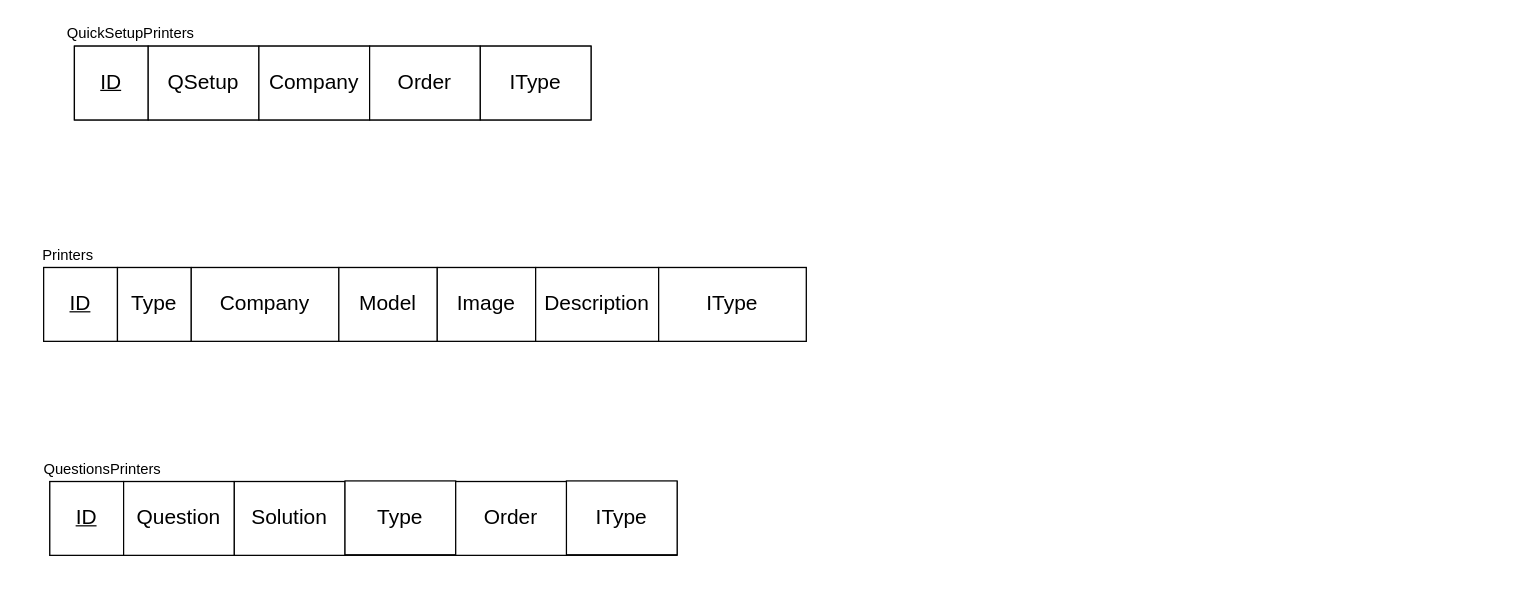
Earlier version of the draw.io diagram SchemaDiagram.drawio (SarahAminn/FixBoxExpertSystem). Source tidied: cells renumbered, new cells numbered last; positions are measured from the earlier drawing's top-left corner, leaving out a move shared by most shapes. Both pictures are drawn from the tidied source at 123%, with x=0, y=0 at pixel (43, 21).
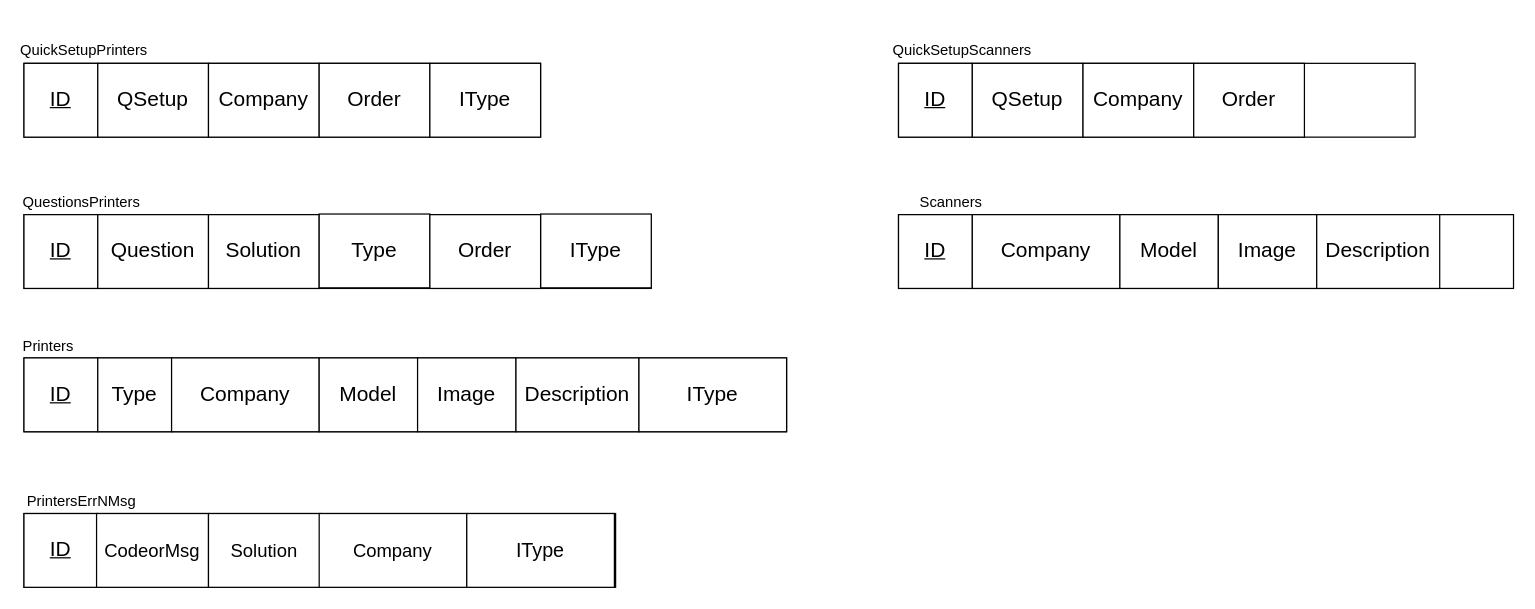
After the change.

Diff of the diagram source:
```diff
@@
     <mxCell id="2" style="rounded=0;whiteSpace=wrap;html=1;" parent="1" vertex="1">
-      <mxGeometry x="25" y="20" width="420" height="60" as="geometry" />
+      <mxGeometry x="-16" y="34" width="420" height="60" as="geometry" />
     </mxCell>
     <mxCell id="3" value="QuickSetupPrinters" style="text;html=1;strokeColor=none;fillColor=none;align=center;verticalAlign=middle;whiteSpace=wrap;rounded=0;" parent="1" vertex="1">
-      <mxGeometry x="51" width="40" height="20" as="geometry" />
+      <mxGeometry x="13" y="14" width="40" height="20" as="geometry" />
     </mxCell>
     <mxCell id="4" value="&lt;u&gt;&lt;font style=&quot;font-size: 17px&quot;&gt;ID&lt;/font&gt;&lt;/u&gt;" style="rounded=0;whiteSpace=wrap;html=1;" parent="1" vertex="1">
-      <mxGeometry x="25" y="20" width="60" height="60" as="geometry" />
+      <mxGeometry x="-16" y="34" width="60" height="60" as="geometry" />
     </mxCell>
     <mxCell id="5" value="&lt;span&gt;&lt;font style=&quot;font-size: 17px&quot;&gt;QSetup&lt;/font&gt;&lt;/span&gt;" style="rounded=0;whiteSpace=wrap;html=1;fontStyle=0;" parent="1" vertex="1">
-      <mxGeometry x="85" y="20" width="90" height="60" as="geometry" />
+      <mxGeometry x="44" y="34" width="90" height="60" as="geometry" />
     </mxCell>
     <mxCell id="6" value="&lt;span&gt;&lt;font style=&quot;font-size: 17px&quot;&gt;Company&lt;/font&gt;&lt;/span&gt;" style="rounded=0;whiteSpace=wrap;html=1;fontStyle=0;" parent="1" vertex="1">
-      <mxGeometry x="175" y="20" width="90" height="60" as="geometry" />
+      <mxGeometry x="134" y="34" width="90" height="60" as="geometry" />
     </mxCell>
     <mxCell id="7" value="&lt;span&gt;&lt;font style=&quot;font-size: 17px&quot;&gt;Order&lt;/font&gt;&lt;/span&gt;" style="rounded=0;whiteSpace=wrap;html=1;fontStyle=0;" parent="1" vertex="1">
-      <mxGeometry x="265" y="20" width="90" height="60" as="geometry" />
+      <mxGeometry x="224" y="34" width="90" height="60" as="geometry" />
     </mxCell>
     <mxCell id="8" value="&lt;span style=&quot;font-size: 17px&quot;&gt;IType&lt;/span&gt;" style="rounded=0;whiteSpace=wrap;html=1;fontStyle=0;" parent="1" vertex="1">
-      <mxGeometry x="355" y="20" width="90" height="60" as="geometry" />
+      <mxGeometry x="314" y="34" width="90" height="60" as="geometry" />
     </mxCell>
     <mxCell id="9" style="rounded=0;whiteSpace=wrap;html=1;" parent="1" vertex="1">
-      <mxGeometry y="200" width="620" height="60" as="geometry" />
+      <mxGeometry x="-16" y="273.5" width="620" height="60" as="geometry" />
     </mxCell>
     <mxCell id="10" value="Printers" style="text;html=1;strokeColor=none;fillColor=none;align=center;verticalAlign=middle;whiteSpace=wrap;rounded=0;" parent="1" vertex="1">
-      <mxGeometry y="180" width="40" height="20" as="geometry" />
+      <mxGeometry x="-16" y="253.5" width="40" height="20" as="geometry" />
     </mxCell>
     <mxCell id="11" value="&lt;u&gt;&lt;font style=&quot;font-size: 17px&quot;&gt;ID&lt;/font&gt;&lt;/u&gt;" style="rounded=0;whiteSpace=wrap;html=1;" parent="1" vertex="1">
-      <mxGeometry y="200" width="60" height="60" as="geometry" />
+      <mxGeometry x="-16" y="273.5" width="60" height="60" as="geometry" />
     </mxCell>
     <mxCell id="12" value="&lt;span&gt;&lt;font style=&quot;font-size: 17px&quot;&gt;Type&lt;/font&gt;&lt;/span&gt;" style="rounded=0;whiteSpace=wrap;html=1;fontStyle=0;" parent="1" vertex="1">
-      <mxGeometry x="60" y="200" width="60" height="60" as="geometry" />
+      <mxGeometry x="44" y="273.5" width="60" height="60" as="geometry" />
     </mxCell>
     <mxCell id="13" value="&lt;span&gt;&lt;font style=&quot;font-size: 17px&quot;&gt;Company&lt;/font&gt;&lt;/span&gt;" style="rounded=0;whiteSpace=wrap;html=1;fontStyle=0;" parent="1" vertex="1">
-      <mxGeometry x="120" y="200" width="120" height="60" as="geometry" />
+      <mxGeometry x="104" y="273.5" width="120" height="60" as="geometry" />
     </mxCell>
     <mxCell id="14" value="&lt;span&gt;&lt;font style=&quot;font-size: 17px&quot;&gt;Model&lt;/font&gt;&lt;/span&gt;" style="rounded=0;whiteSpace=wrap;html=1;fontStyle=0;" parent="1" vertex="1">
-      <mxGeometry x="240" y="200" width="80" height="60" as="geometry" />
+      <mxGeometry x="224" y="273.5" width="80" height="60" as="geometry" />
     </mxCell>
     <mxCell id="15" value="&lt;span&gt;&lt;font style=&quot;font-size: 17px&quot;&gt;Image&lt;/font&gt;&lt;/span&gt;" style="rounded=0;whiteSpace=wrap;html=1;fontStyle=0;" parent="1" vertex="1">
-      <mxGeometry x="320" y="200" width="80" height="60" as="geometry" />
+      <mxGeometry x="304" y="273.5" width="80" height="60" as="geometry" />
     </mxCell>
     <mxCell id="16" value="&lt;span&gt;&lt;font style=&quot;font-size: 17px&quot;&gt;Description&lt;/font&gt;&lt;/span&gt;" style="rounded=0;whiteSpace=wrap;html=1;fontStyle=0;" parent="1" vertex="1">
-      <mxGeometry x="400" y="200" width="100" height="60" as="geometry" />
+      <mxGeometry x="384" y="273.5" width="100" height="60" as="geometry" />
     </mxCell>
     <mxCell id="17" value="&lt;span&gt;&lt;font style=&quot;font-size: 17px&quot;&gt;IType&lt;/font&gt;&lt;/span&gt;" style="rounded=0;whiteSpace=wrap;html=1;fontStyle=0;" parent="1" vertex="1">
-      <mxGeometry x="500" y="200" width="120" height="60" as="geometry" />
+      <mxGeometry x="484" y="273.5" width="120" height="60" as="geometry" />
     </mxCell>
     <mxCell id="18" style="rounded=0;whiteSpace=wrap;html=1;" parent="1" vertex="1">
-      <mxGeometry x="5" y="374" width="510" height="60" as="geometry" />
+      <mxGeometry x="-16" y="157" width="510" height="60" as="geometry" />
     </mxCell>
     <mxCell id="19" value="QuestionsPrinters" style="text;html=1;strokeColor=none;fillColor=none;align=center;verticalAlign=middle;whiteSpace=wrap;rounded=0;" parent="1" vertex="1">
-      <mxGeometry x="28" y="353.5" width="40" height="20" as="geometry" />
+      <mxGeometry x="11" y="137" width="40" height="20" as="geometry" />
     </mxCell>
     <mxCell id="20" value="&lt;u&gt;&lt;font style=&quot;font-size: 17px&quot;&gt;ID&lt;/font&gt;&lt;/u&gt;" style="rounded=0;whiteSpace=wrap;html=1;" parent="1" vertex="1">
-      <mxGeometry x="5" y="374" width="60" height="60" as="geometry" />
+      <mxGeometry x="-16" y="157" width="60" height="60" as="geometry" />
     </mxCell>
     <mxCell id="21" value="&lt;span&gt;&lt;font style=&quot;font-size: 17px&quot;&gt;Question&lt;/font&gt;&lt;/span&gt;" style="rounded=0;whiteSpace=wrap;html=1;fontStyle=0;" parent="1" vertex="1">
-      <mxGeometry x="65" y="374" width="90" height="60" as="geometry" />
+      <mxGeometry x="44" y="157" width="90" height="60" as="geometry" />
     </mxCell>
     <mxCell id="22" value="&lt;span&gt;&lt;font style=&quot;font-size: 17px&quot;&gt;IType&lt;/font&gt;&lt;/span&gt;" style="rounded=0;whiteSpace=wrap;html=1;fontStyle=0;" parent="1" vertex="1">
-      <mxGeometry x="425" y="373.5" width="90" height="60" as="geometry" />
+      <mxGeometry x="404" y="156.5" width="90" height="60" as="geometry" />
     </mxCell>
     <mxCell id="23" value="&lt;span&gt;&lt;font style=&quot;font-size: 17px&quot;&gt;Solution&lt;/font&gt;&lt;/span&gt;" style="rounded=0;whiteSpace=wrap;html=1;fontStyle=0;" parent="1" vertex="1">
-      <mxGeometry x="155" y="374" width="90" height="60" as="geometry" />
+      <mxGeometry x="134" y="157" width="90" height="60" as="geometry" />
     </mxCell>
     <mxCell id="24" value="&lt;span&gt;&lt;font style=&quot;font-size: 17px&quot;&gt;Type&lt;/font&gt;&lt;/span&gt;" style="rounded=0;whiteSpace=wrap;html=1;fontStyle=0;" parent="1" vertex="1">
-      <mxGeometry x="245" y="373.5" width="90" height="60" as="geometry" />
+      <mxGeometry x="224" y="156.5" width="90" height="60" as="geometry" />
     </mxCell>
     <mxCell id="25" value="&lt;span&gt;&lt;font style=&quot;font-size: 17px&quot;&gt;Order&lt;/font&gt;&lt;/span&gt;" style="rounded=0;whiteSpace=wrap;html=1;fontStyle=0;" parent="1" vertex="1">
-      <mxGeometry x="335" y="374" width="90" height="60" as="geometry" />
+      <mxGeometry x="314" y="157" width="90" height="60" as="geometry" />
     </mxCell>
+    <mxCell id="26" style="rounded=0;whiteSpace=wrap;html=1;" parent="1" vertex="1">
+      <mxGeometry x="695" y="157" width="500" height="60" as="geometry" />
+    </mxCell>
+    <mxCell id="27" value="Scanners" style="text;html=1;strokeColor=none;fillColor=none;align=center;verticalAlign=middle;whiteSpace=wrap;rounded=0;" parent="1" vertex="1">
+      <mxGeometry x="718" y="137" width="40" height="20" as="geometry" />
+    </mxCell>
+    <mxCell id="28" value="&lt;u&gt;&lt;font style=&quot;font-size: 17px&quot;&gt;ID&lt;/font&gt;&lt;/u&gt;" style="rounded=0;whiteSpace=wrap;html=1;" parent="1" vertex="1">
+      <mxGeometry x="695" y="157" width="60" height="60" as="geometry" />
+    </mxCell>
+    <mxCell id="29" value="&lt;span&gt;&lt;font style=&quot;font-size: 17px&quot;&gt;Company&lt;/font&gt;&lt;/span&gt;" style="rounded=0;whiteSpace=wrap;html=1;fontStyle=0;" parent="1" vertex="1">
+      <mxGeometry x="755" y="157" width="120" height="60" as="geometry" />
+    </mxCell>
+    <mxCell id="30" value="&lt;span&gt;&lt;font style=&quot;font-size: 17px&quot;&gt;Model&lt;/font&gt;&lt;/span&gt;" style="rounded=0;whiteSpace=wrap;html=1;fontStyle=0;" parent="1" vertex="1">
+      <mxGeometry x="875" y="157" width="80" height="60" as="geometry" />
+    </mxCell>
+    <mxCell id="31" value="&lt;span&gt;&lt;font style=&quot;font-size: 17px&quot;&gt;Image&lt;/font&gt;&lt;/span&gt;" style="rounded=0;whiteSpace=wrap;html=1;fontStyle=0;" parent="1" vertex="1">
+      <mxGeometry x="955" y="157" width="80" height="60" as="geometry" />
+    </mxCell>
+    <mxCell id="32" value="&lt;span&gt;&lt;font style=&quot;font-size: 17px&quot;&gt;Description&lt;/font&gt;&lt;/span&gt;" style="rounded=0;whiteSpace=wrap;html=1;fontStyle=0;" parent="1" vertex="1">
+      <mxGeometry x="1035" y="157" width="100" height="60" as="geometry" />
+    </mxCell>
+    <mxCell id="33" style="rounded=0;whiteSpace=wrap;html=1;" parent="1" vertex="1">
+      <mxGeometry x="695" y="34" width="420" height="60" as="geometry" />
+    </mxCell>
+    <mxCell id="34" value="QuickSetupScanners" style="text;html=1;strokeColor=none;fillColor=none;align=center;verticalAlign=middle;whiteSpace=wrap;rounded=0;" parent="1" vertex="1">
+      <mxGeometry x="727" y="14" width="40" height="20" as="geometry" />
+    </mxCell>
+    <mxCell id="35" value="&lt;u&gt;&lt;font style=&quot;font-size: 17px&quot;&gt;ID&lt;/font&gt;&lt;/u&gt;" style="rounded=0;whiteSpace=wrap;html=1;" parent="1" vertex="1">
+      <mxGeometry x="695" y="34" width="60" height="60" as="geometry" />
+    </mxCell>
+    <mxCell id="36" value="&lt;span&gt;&lt;font style=&quot;font-size: 17px&quot;&gt;QSetup&lt;/font&gt;&lt;/span&gt;" style="rounded=0;whiteSpace=wrap;html=1;fontStyle=0;" parent="1" vertex="1">
+      <mxGeometry x="755" y="34" width="90" height="60" as="geometry" />
+    </mxCell>
+    <mxCell id="37" value="&lt;span&gt;&lt;font style=&quot;font-size: 17px&quot;&gt;Company&lt;/font&gt;&lt;/span&gt;" style="rounded=0;whiteSpace=wrap;html=1;fontStyle=0;" parent="1" vertex="1">
+      <mxGeometry x="845" y="34" width="90" height="60" as="geometry" />
+    </mxCell>
+    <mxCell id="38" value="&lt;span&gt;&lt;font style=&quot;font-size: 17px&quot;&gt;Order&lt;/font&gt;&lt;/span&gt;" style="rounded=0;whiteSpace=wrap;html=1;fontStyle=0;" parent="1" vertex="1">
+      <mxGeometry x="935" y="34" width="90" height="60" as="geometry" />
+    </mxCell>
+    <mxCell id="39" style="rounded=0;whiteSpace=wrap;html=1;" parent="1" vertex="1">
+      <mxGeometry x="-16" y="400" width="481" height="60" as="geometry" />
+    </mxCell>
+    <mxCell id="40" value="PrintersErrNMsg" style="text;html=1;strokeColor=none;fillColor=none;align=center;verticalAlign=middle;whiteSpace=wrap;rounded=0;" parent="1" vertex="1">
+      <mxGeometry x="11" y="380" width="40" height="20" as="geometry" />
+    </mxCell>
+    <mxCell id="41" value="&lt;u&gt;&lt;font style=&quot;font-size: 17px&quot;&gt;ID&lt;/font&gt;&lt;/u&gt;" style="rounded=0;whiteSpace=wrap;html=1;" parent="1" vertex="1">
+      <mxGeometry x="-16" y="400" width="60" height="60" as="geometry" />
+    </mxCell>
+    <mxCell id="42" value="CodeorMsg" style="rounded=0;whiteSpace=wrap;html=1;fontSize=15;" parent="1" vertex="1">
+      <mxGeometry x="43" y="400" width="91" height="60" as="geometry" />
+    </mxCell>
+    <mxCell id="43" value="Solution" style="rounded=0;whiteSpace=wrap;html=1;fontSize=15;" parent="1" vertex="1">
+      <mxGeometry x="134" y="400" width="91" height="60" as="geometry" />
+    </mxCell>
+    <mxCell id="44" value="Company" style="rounded=0;whiteSpace=wrap;html=1;fontSize=15;" parent="1" vertex="1">
+      <mxGeometry x="224" y="400" width="120" height="60" as="geometry" />
+    </mxCell>
+    <mxCell id="45" value="IType" style="rounded=0;whiteSpace=wrap;html=1;fontSize=16;" parent="1" vertex="1">
+      <mxGeometry x="344" y="400" width="120" height="60" as="geometry" />
+    </mxCell>
```
